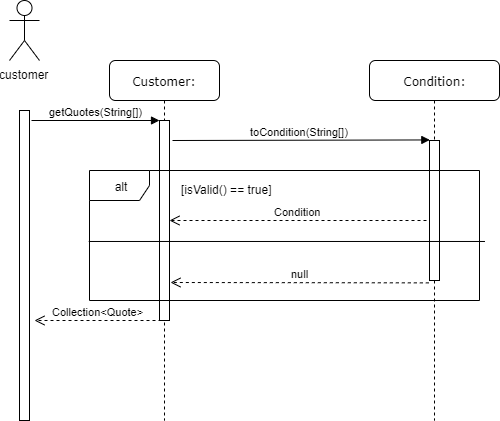
The draw.io diagram diagram/cw2_sequence.png in SatoMichi/SE_CW_Bike_Rental_System, before a commit. Source tidied: cells renumbered, new cells last; positions are measured from the earlier drawing's top-left corner, leaving out a move shared by most shapes.
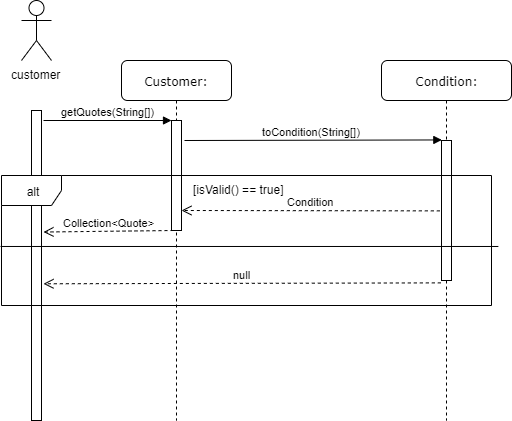
The same file after the commit.

What changed in the source:
```diff
@@ -6,7 +6,7 @@
       <mxGeometry x="100" y="60" width="110" height="360" as="geometry" />
     </mxCell>
     <mxCell id="3" style="html=1;points=[];perimeter=orthogonalPerimeter;rounded=0;shadow=0;comic=0;labelBackgroundColor=none;strokeColor=#000000;strokeWidth=1;fillColor=#FFFFFF;fontFamily=Verdana;fontSize=12;fontColor=#000000;align=center;" parent="2" vertex="1">
-      <mxGeometry x="50" y="60" width="10" height="200" as="geometry" />
+      <mxGeometry x="50" y="60" width="10" height="110" as="geometry" />
     </mxCell>
     <mxCell id="4" value="customer" style="shape=umlActor;verticalLabelPosition=bottom;labelBackgroundColor=#ffffff;verticalAlign=top;html=1;" parent="1" vertex="1">
       <mxGeometry width="30" height="60" as="geometry" />
@@ -30,32 +30,26 @@
     <mxCell id="9" style="html=1;points=[];perimeter=orthogonalPerimeter;rounded=0;shadow=0;comic=0;labelBackgroundColor=none;strokeColor=#000000;strokeWidth=1;fillColor=#FFFFFF;fontFamily=Verdana;fontSize=12;fontColor=#000000;align=center;" parent="8" vertex="1">
       <mxGeometry x="60" y="80" width="10" height="140" as="geometry" />
     </mxCell>
-    <mxCell id="10" value="null" style="html=1;verticalAlign=bottom;endArrow=open;dashed=1;endSize=8;exitX=-0.067;exitY=1.017;exitDx=0;exitDy=0;exitPerimeter=0;" parent="1" edge="1" source="9">
-      <mxGeometry relative="1" as="geometry">
-        <mxPoint x="161" y="282" as="targetPoint" />
-      </mxGeometry>
+    <mxCell id="10" value="null" style="html=1;verticalAlign=bottom;endArrow=open;dashed=1;endSize=8;exitX=-0.067;exitY=1.017;exitDx=0;exitDy=0;exitPerimeter=0;entryX=1.2;entryY=0.559;entryDx=0;entryDy=0;entryPerimeter=0;" parent="1" edge="1" source="9" target="5">
+      <mxGeometry relative="1" as="geometry" />
     </mxCell>
-    <mxCell id="11" value="Collection&amp;lt;Quote&amp;gt;" style="html=1;verticalAlign=bottom;endArrow=open;dashed=1;endSize=8;exitX=0.2;exitY=1;exitDx=0;exitDy=0;exitPerimeter=0;" parent="1" edge="1" source="3">
-      <mxGeometry relative="1" as="geometry">
-        <mxPoint x="25" y="320" as="targetPoint" />
-      </mxGeometry>
+    <mxCell id="11" value="Collection&amp;lt;Quote&amp;gt;" style="html=1;verticalAlign=bottom;endArrow=open;dashed=1;endSize=8;exitX=0.2;exitY=1;exitDx=0;exitDy=0;exitPerimeter=0;entryX=1.2;entryY=0.392;entryDx=0;entryDy=0;entryPerimeter=0;" parent="1" edge="1" source="3" target="5">
+      <mxGeometry relative="1" as="geometry" />
     </mxCell>
     <mxCell id="12" value="alt" style="shape=umlFrame;whiteSpace=wrap;html=1;" parent="1" vertex="1">
-      <mxGeometry x="80" y="170" width="390" height="130" as="geometry" />
+      <mxGeometry x="-20" y="175" width="490" height="130" as="geometry" />
     </mxCell>
     <mxCell id="13" value="[isValid() == true]" style="text;html=1;align=left;verticalAlign=top;spacingTop=-4;" parent="1" vertex="1">
       <mxGeometry x="170" y="180" width="110" height="20" as="geometry" />
     </mxCell>
+    <mxCell id="15" style="endArrow=none;html=1;exitX=-0.002;exitY=0.546;exitDx=0;exitDy=0;exitPerimeter=0;entryX=1.014;entryY=0.546;entryDx=0;entryDy=0;entryPerimeter=0;" parent="1" edge="1" source="12" target="12">
+      <mxGeometry relative="1" as="geometry" />
+    </mxCell>
-    <mxCell id="14" value="Condition" style="html=1;verticalAlign=bottom;endArrow=open;dashed=1;endSize=8;entryX=1;entryY=0.5;entryDx=0;entryDy=0;entryPerimeter=0;" parent="1" edge="1" target="3">
+    <mxCell id="14" value="Condition" style="html=1;verticalAlign=bottom;endArrow=open;dashed=1;endSize=8;exitX=-0.067;exitY=1.017;exitDx=0;exitDy=0;exitPerimeter=0;" parent="1" edge="1">
       <mxGeometry relative="1" as="geometry">
-        <mxPoint x="417" y="220" as="sourcePoint" />
-        <Array as="points">
-          <mxPoint x="240" y="220" />
-        </Array>
+        <mxPoint x="418.3" y="210.4" as="sourcePoint" />
+        <mxPoint x="160" y="210" as="targetPoint" />
       </mxGeometry>
     </mxCell>
-    <mxCell id="15" style="endArrow=none;html=1;exitX=-0.002;exitY=0.546;exitDx=0;exitDy=0;exitPerimeter=0;entryX=1.014;entryY=0.546;entryDx=0;entryDy=0;entryPerimeter=0;" parent="1" edge="1" source="12" target="12">
-      <mxGeometry relative="1" as="geometry" />
-    </mxCell>
   </root>
 </mxGraphModel>
```
